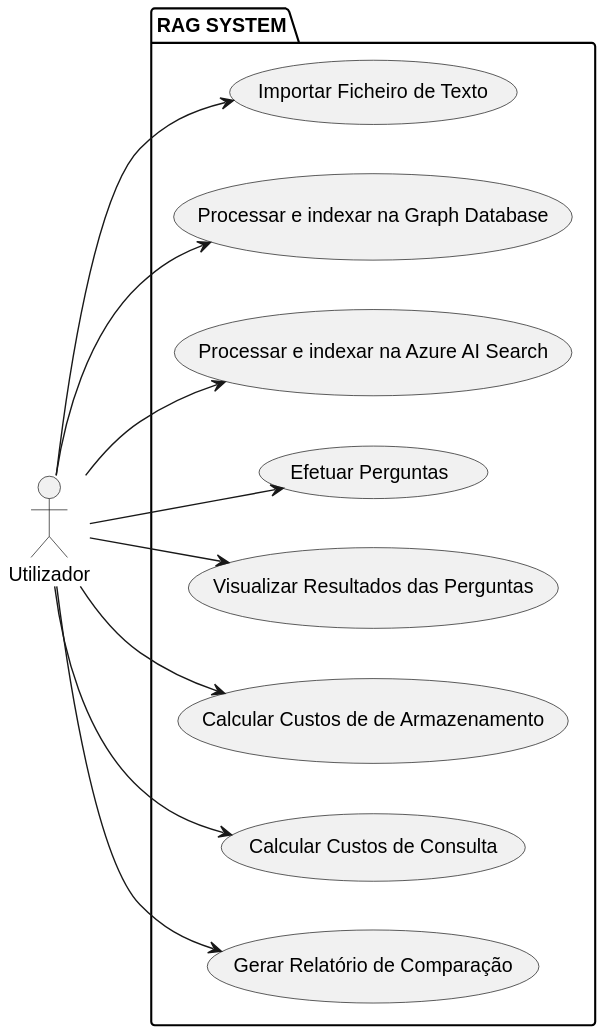
Educ00/EstagioArmis keeps this PlantUML diagram as src/projeto_armis/docs/ucd/use_case_diagram.svg. Above is the earlier version. The source it was exported from:
```plantuml
@startuml
left to right direction
actor Utilizador as user

package "RAG SYSTEM" {
    usecase "Importar Ficheiro de Texto" as UC1
    usecase "Processar e indexar na Graph Database" as UC2
    usecase "Processar e indexar na Azure AI Search" as UC3
    usecase "Efetuar Perguntas" as UC4
    usecase "Visualizar Resultados das Perguntas" as UC5

    usecase "Calcular Custos de de Armazenamento" as UC6
    usecase "Calcular Custos de Consulta"       as UC7
    usecase "Gerar Relatório de Comparação"     as UC8
}

user --> UC1
user --> UC2
user --> UC3
user --> UC4
user --> UC5
user --> UC6
user --> UC7
user --> UC8
@enduml
```
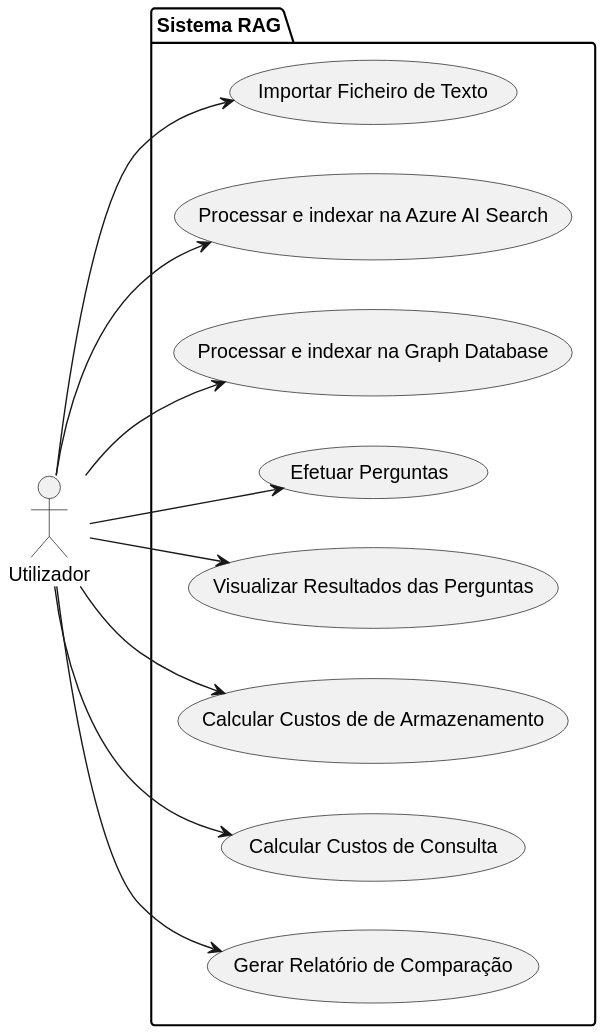
After the change.

Change to the diagram source:
```diff
@@ -2,10 +2,10 @@
 left to right direction
 actor Utilizador as user
 
-package "RAG SYSTEM" {
+package "Sistema RAG" {
     usecase "Importar Ficheiro de Texto" as UC1
-    usecase "Processar e indexar na Graph Database" as UC2
-    usecase "Processar e indexar na Azure AI Search" as UC3
+    usecase "Processar e indexar na Azure AI Search" as UC2
+    usecase "Processar e indexar na Graph Database" as UC3
     usecase "Efetuar Perguntas" as UC4
     usecase "Visualizar Resultados das Perguntas" as UC5
 
```
